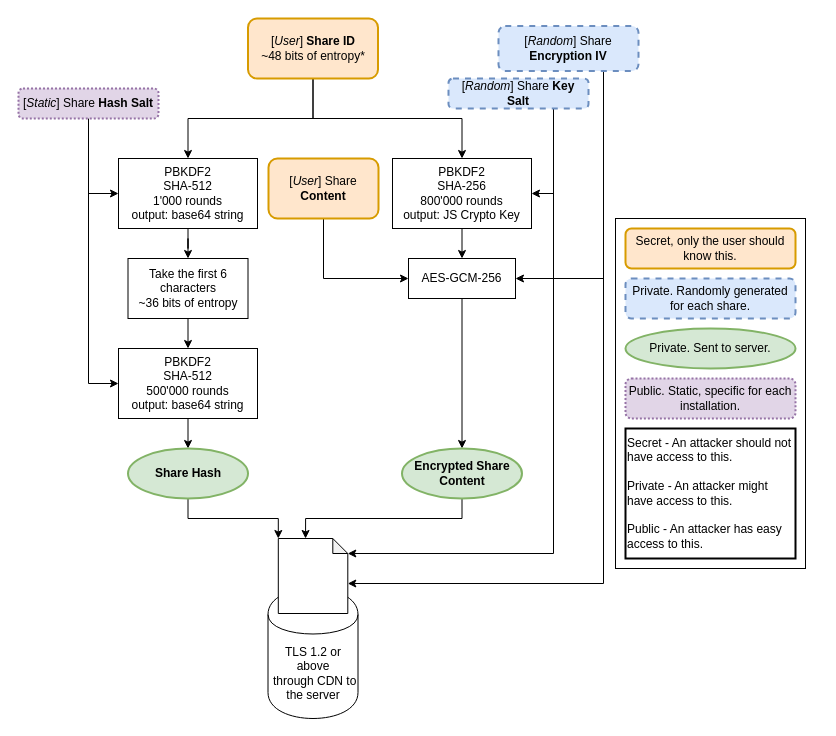
stefanovazzocell/R3 keeps this draw.io diagram as docs/img/R3_encrypt_diagram.drawio. Above is the earlier version. Source tidied: cells renumbered, new cells numbered last; positions are measured from the earlier drawing's top-left corner, leaving out a move shared by most shapes. Both pictures are drawn from the tidied source at 100%, with x=0, y=0 at pixel (18, 18).
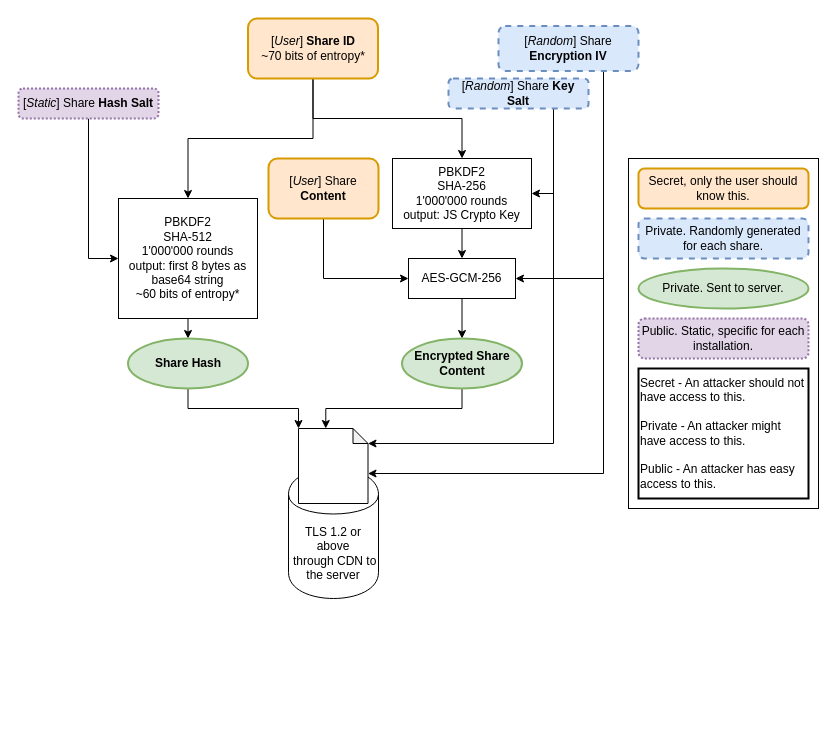
The same diagram, later.

The change refers to these unchanged cells:
```xml
<mxCell id="9" value="[&lt;i&gt;Static&lt;/i&gt;] Share &lt;b&gt;Hash Salt&lt;/b&gt;" style="rounded=1;whiteSpace=wrap;html=1;fillColor=#e1d5e7;strokeColor=#9673a6;dashed=1;dashPattern=1 1;strokeWidth=2;" parent="1" vertex="1">
  <mxGeometry y="70" width="140" height="30" as="geometry" />
</mxCell>
```

Change to the diagram source:
```diff
@@
-    <mxCell id="2" style="edgeStyle=orthogonalEdgeStyle;rounded=0;jettySize=auto;html=1;exitX=0.5;exitY=1;exitDx=0;exitDy=0;entryX=0.5;entryY=0;entryDx=0;entryDy=0;" parent="1" edge="1" source="4" target="6">
-      <mxGeometry relative="1" as="geometry" />
+    <mxCell id="2" style="edgeStyle=orthogonalEdgeStyle;rounded=0;jettySize=auto;html=1;exitX=0.5;exitY=1;exitDx=0;exitDy=0;entryX=0.5;entryY=0;entryDx=0;entryDy=0;" parent="1" edge="1" source="4" target="13">
+      <mxGeometry relative="1" as="geometry">
+        <Array as="points">
+          <mxPoint x="295" y="120" />
+          <mxPoint x="170" y="120" />
+        </Array>
+      </mxGeometry>
     </mxCell>
@@
-    <mxCell id="4" value="&lt;div&gt;[&lt;i&gt;User&lt;/i&gt;] &lt;b&gt;Share ID&lt;/b&gt;&lt;br&gt;&lt;/div&gt;&lt;div&gt;~48 bits of entropy*&lt;/div&gt;" style="rounded=1;whiteSpace=wrap;html=1;fillColor=#ffe6cc;strokeColor=#d79b00;strokeWidth=2;" parent="1" vertex="1">
+    <mxCell id="4" value="&lt;div&gt;[&lt;i&gt;User&lt;/i&gt;] &lt;b&gt;Share ID&lt;/b&gt;&lt;br&gt;&lt;/div&gt;&lt;div&gt;~70 bits of entropy*&lt;/div&gt;" style="rounded=1;whiteSpace=wrap;html=1;fillColor=#ffe6cc;strokeColor=#d79b00;strokeWidth=2;" parent="1" vertex="1">
       <mxGeometry x="229.5" width="130" height="60" as="geometry" />
     </mxCell>
-    <mxCell id="5" style="edgeStyle=orthogonalEdgeStyle;rounded=0;jettySize=auto;html=1;exitX=0.5;exitY=1;exitDx=0;exitDy=0;" parent="1" edge="1" source="6" target="11">
-      <mxGeometry relative="1" as="geometry" />
-    </mxCell>
-    <mxCell id="6" value="&lt;div&gt;PBKDF2&lt;/div&gt;&lt;div&gt;SHA-512&lt;/div&gt;&lt;div&gt;1'000 rounds&lt;/div&gt;&lt;div&gt;output: base64 string&lt;/div&gt;" style="rounded=0;whiteSpace=wrap;html=1;" parent="1" vertex="1">
-      <mxGeometry x="100" y="140" width="139" height="70" as="geometry" />
-    </mxCell>
-    <mxCell id="7" style="edgeStyle=orthogonalEdgeStyle;rounded=0;jettySize=auto;html=1;exitX=0.5;exitY=1;exitDx=0;exitDy=0;entryX=0;entryY=0.5;entryDx=0;entryDy=0;" parent="1" edge="1" source="9" target="6">
-      <mxGeometry relative="1" as="geometry" />
-    </mxCell>
@@
-    <mxCell id="10" style="edgeStyle=orthogonalEdgeStyle;rounded=0;jettySize=auto;html=1;exitX=0.5;exitY=1;exitDx=0;exitDy=0;entryX=0.5;entryY=0;entryDx=0;entryDy=0;" parent="1" edge="1" source="11" target="13">
-      <mxGeometry relative="1" as="geometry" />
-    </mxCell>
-    <mxCell id="11" value="&lt;div&gt;Take the first 6 characters&lt;/div&gt;~36 bits of entropy" style="rounded=0;whiteSpace=wrap;html=1;" parent="1" vertex="1">
-      <mxGeometry x="109.5" y="240" width="120" height="60" as="geometry" />
-    </mxCell>
@@
-    <mxCell id="13" value="&lt;div&gt;PBKDF2&lt;/div&gt;&lt;div&gt;SHA-512&lt;/div&gt;&lt;div&gt;500'000 rounds&lt;/div&gt;&lt;div&gt;output: base64 string&lt;/div&gt;" style="rounded=0;whiteSpace=wrap;html=1;" parent="1" vertex="1">
-      <mxGeometry x="100" y="330" width="139" height="70" as="geometry" />
+    <mxCell id="13" value="&lt;div&gt;PBKDF2&lt;/div&gt;&lt;div&gt;SHA-512&lt;/div&gt;&lt;div&gt;1'000'000 rounds&lt;/div&gt;&lt;div&gt;output: first 8 bytes as base64 string&lt;/div&gt;&lt;div&gt;~60 bits of entropy*&lt;br&gt;&lt;/div&gt;" style="rounded=0;whiteSpace=wrap;html=1;" parent="1" vertex="1">
+      <mxGeometry x="100" y="180" width="139" height="120" as="geometry" />
     </mxCell>
@@
     <mxCell id="15" value="Share Hash" style="ellipse;whiteSpace=wrap;html=1;fontStyle=1;fillColor=#d5e8d4;strokeColor=#82b366;strokeWidth=2;" parent="1" vertex="1">
-      <mxGeometry x="109.5" y="430" width="120" height="50" as="geometry" />
+      <mxGeometry x="109.5" y="320" width="120" height="50" as="geometry" />
     </mxCell>
@@
-    <mxCell id="20" value="&lt;div&gt;PBKDF2&lt;/div&gt;&lt;div&gt;SHA-256&lt;/div&gt;&lt;div&gt;800'000 rounds&lt;/div&gt;&lt;div&gt;output: JS Crypto Key&lt;br&gt;&lt;/div&gt;" style="rounded=0;whiteSpace=wrap;html=1;" parent="1" vertex="1">
+    <mxCell id="20" value="&lt;div&gt;PBKDF2&lt;/div&gt;&lt;div&gt;SHA-256&lt;/div&gt;&lt;div&gt;1'000'000 rounds&lt;/div&gt;&lt;div&gt;output: JS Crypto Key&lt;br&gt;&lt;/div&gt;" style="rounded=0;whiteSpace=wrap;html=1;" parent="1" vertex="1">
       <mxGeometry x="374" y="140" width="139" height="70" as="geometry" />
     </mxCell>
@@
     <mxCell id="27" value="Encrypted Share Content" style="ellipse;whiteSpace=wrap;html=1;fontStyle=1;fillColor=#d5e8d4;strokeColor=#82b366;strokeWidth=2;" parent="1" vertex="1">
-      <mxGeometry x="383.5" y="430" width="120" height="50" as="geometry" />
+      <mxGeometry x="383.5" y="320" width="120" height="50" as="geometry" />
     </mxCell>
@@
     <mxCell id="30" value="&lt;div&gt;TLS 1.2 or above&lt;/div&gt;&amp;nbsp;through CDN to the server" style="shape=cylinder;whiteSpace=wrap;html=1;boundedLbl=1;backgroundOutline=1;" parent="1" vertex="1">
-      <mxGeometry x="249.5" y="570" width="90" height="130" as="geometry" />
+      <mxGeometry x="270" y="450" width="90" height="130" as="geometry" />
     </mxCell>
     <mxCell id="31" style="shape=note;whiteSpace=wrap;html=1;backgroundOutline=1;darkOpacity=0.05;size=15;" parent="1" vertex="1">
-      <mxGeometry x="259.8" y="520" width="69.5" height="75" as="geometry" />
+      <mxGeometry x="280" y="410" width="69.5" height="75" as="geometry" />
     </mxCell>
     <mxCell id="32" style="rounded=0;whiteSpace=wrap;html=1;" parent="1" vertex="1">
-      <mxGeometry x="597" y="200" width="190" height="350" as="geometry" />
+      <mxGeometry x="610" y="140" width="190" height="350" as="geometry" />
     </mxCell>
     <mxCell id="33" value="Secret, only the user should know this." style="rounded=1;whiteSpace=wrap;html=1;fillColor=#ffe6cc;strokeColor=#d79b00;strokeWidth=2;" parent="1" vertex="1">
-      <mxGeometry x="607" y="210" width="170" height="40" as="geometry" />
+      <mxGeometry x="620" y="150" width="170" height="40" as="geometry" />
     </mxCell>
     <mxCell id="34" value="Private. Randomly generated for each share." style="rounded=1;whiteSpace=wrap;html=1;fillColor=#dae8fc;strokeColor=#6c8ebf;strokeWidth=2;dashed=1;" parent="1" vertex="1">
-      <mxGeometry x="607" y="260" width="170" height="40" as="geometry" />
+      <mxGeometry x="620" y="200" width="170" height="40" as="geometry" />
     </mxCell>
     <mxCell id="35" value="Public. Static, specific for each installation." style="rounded=1;whiteSpace=wrap;html=1;fillColor=#e1d5e7;strokeColor=#9673a6;strokeWidth=2;dashed=1;dashPattern=1 1;" parent="1" vertex="1">
-      <mxGeometry x="607" y="360" width="170" height="40" as="geometry" />
+      <mxGeometry x="620" y="300" width="170" height="40" as="geometry" />
     </mxCell>
     <mxCell id="36" value="Private. Sent to server." style="ellipse;whiteSpace=wrap;html=1;strokeWidth=2;fillColor=#d5e8d4;strokeColor=#82b366;" parent="1" vertex="1">
-      <mxGeometry x="607" y="310" width="170" height="40" as="geometry" />
+      <mxGeometry x="620" y="250" width="170" height="40" as="geometry" />
     </mxCell>
     <mxCell id="37" value="&lt;div&gt;Secret - An attacker should not have access to this.&lt;/div&gt;&lt;div&gt;&lt;br&gt;&lt;/div&gt;&lt;div&gt;Private - An attacker might have access to this.&lt;/div&gt;&lt;div&gt;&lt;br&gt;&lt;/div&gt;&lt;div&gt;Public - An attacker has easy access to this.&lt;br&gt;&lt;/div&gt;" style="rounded=0;whiteSpace=wrap;html=1;strokeWidth=2;align=left;" parent="1" vertex="1">
-      <mxGeometry x="607" y="410" width="170" height="130" as="geometry" />
+      <mxGeometry x="620" y="350" width="170" height="130" as="geometry" />
     </mxCell>
```
